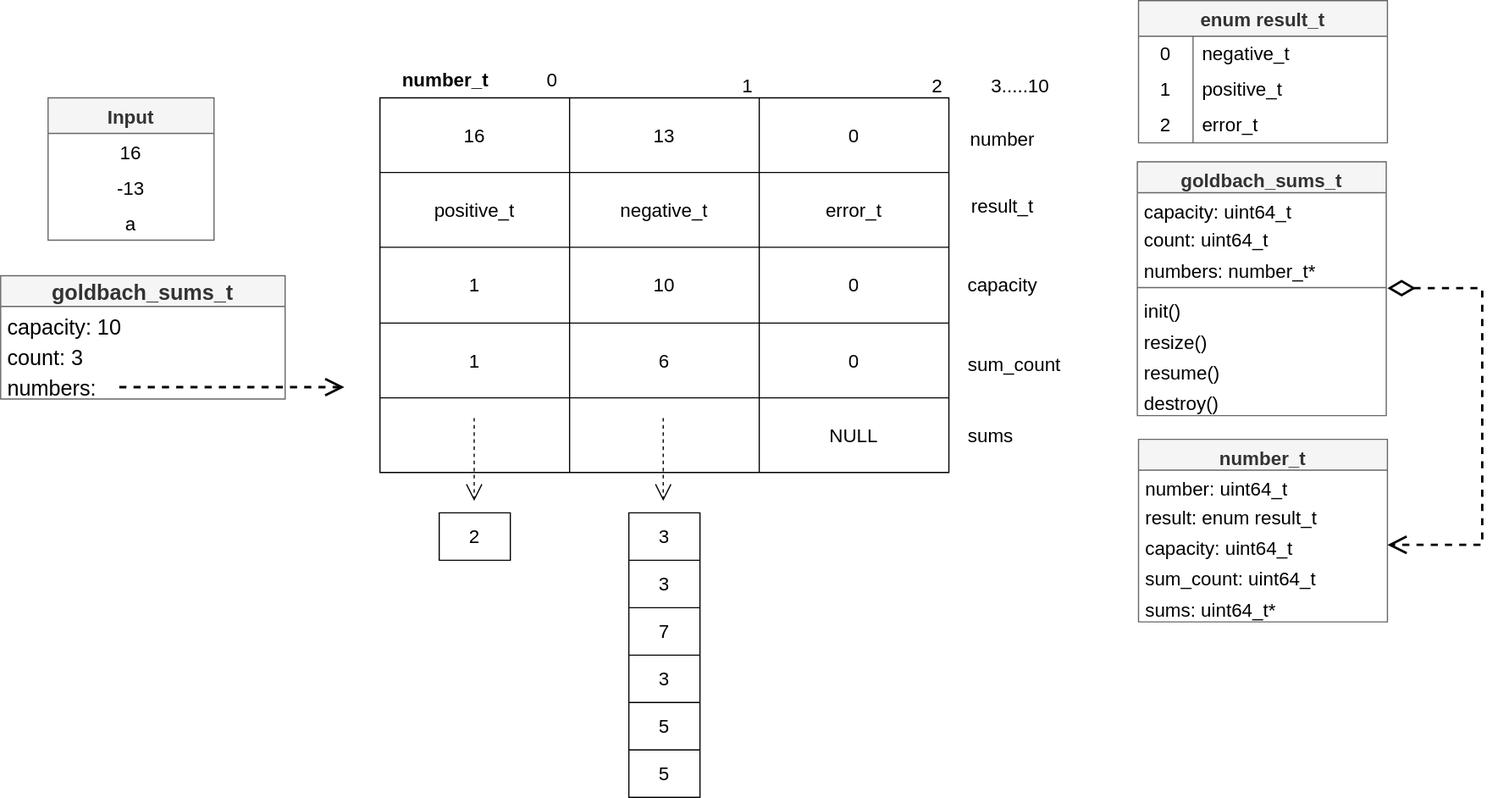
Above: homeworks/goldbach_serial/design/SVG/EstructuraDeDatos.drawio.svg in daperez03/CI-0117-Parallel-Workshops (draw.io), before the change. Source tidied: cells renumbered, new cells last; positions are measured from the earlier drawing's top-left corner, leaving out a move shared by most shapes.
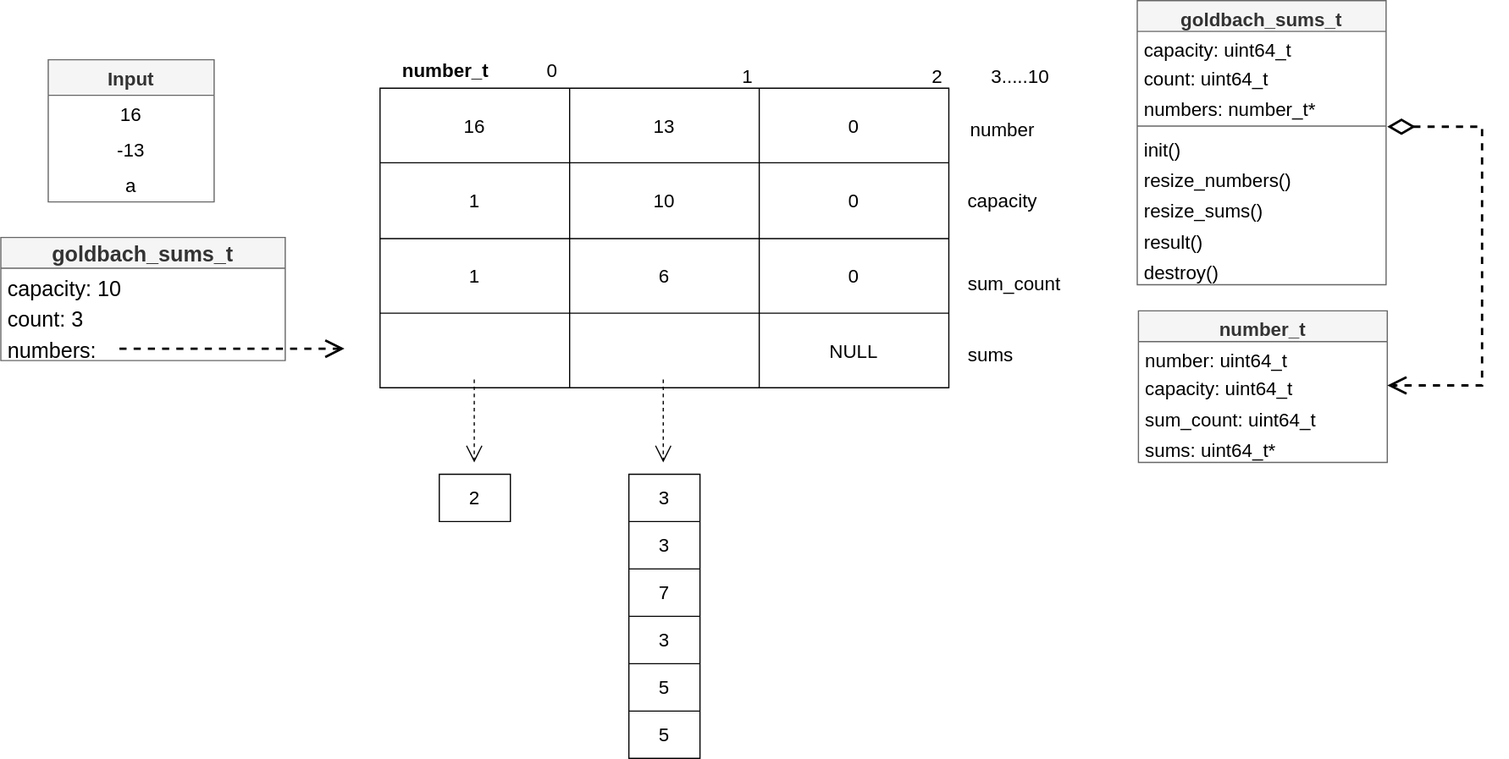
Above is the later version.

The edit, as a diff of the source:
```diff
@@ -3,7 +3,7 @@
     <mxCell id="0" />
     <mxCell id="1" parent="0" />
     <mxCell id="2" style="shape=table;html=1;whiteSpace=wrap;startSize=0;fontSize=16;" parent="1" vertex="1">
-      <mxGeometry x="320" y="82" width="480" height="316" as="geometry" />
+      <mxGeometry x="320" y="106" width="480" height="253" as="geometry" />
     </mxCell>
     <mxCell id="3" style="shape=tableRow;horizontal=0;startSize=0;swimlaneHead=0;swimlaneBody=0;top=0;left=0;bottom=0;right=0;fillColor=none;" parent="2" vertex="1">
       <mxGeometry width="480" height="63" as="geometry" />
@@ -17,20 +17,8 @@
     <mxCell id="6" value="&lt;font style=&quot;font-size: 16px;&quot;&gt;0&lt;/font&gt;" style="shape=partialRectangle;html=1;whiteSpace=wrap;fillColor=none;top=0;left=0;bottom=0;right=0;overflow=hidden;" parent="3" vertex="1">
       <mxGeometry x="320" width="160" height="63" as="geometry" />
     </mxCell>
-    <mxCell id="7" style="shape=tableRow;horizontal=0;startSize=0;swimlaneHead=0;swimlaneBody=0;top=0;left=0;bottom=0;right=0;fillColor=none;" parent="2" vertex="1">
-      <mxGeometry y="63" width="480" height="63" as="geometry" />
-    </mxCell>
-    <mxCell id="8" value="&lt;font style=&quot;font-size: 16px;&quot;&gt;positive_t&lt;/font&gt;" style="shape=partialRectangle;html=1;whiteSpace=wrap;fillColor=none;top=0;left=0;bottom=0;right=0;overflow=hidden;" parent="7" vertex="1">
-      <mxGeometry width="160" height="63" as="geometry" />
-    </mxCell>
-    <mxCell id="9" value="&lt;font style=&quot;font-size: 16px;&quot;&gt;negative_t&lt;/font&gt;" style="shape=partialRectangle;html=1;whiteSpace=wrap;fillColor=none;top=0;left=0;bottom=0;right=0;overflow=hidden;" parent="7" vertex="1">
-      <mxGeometry x="160" width="160" height="63" as="geometry" />
-    </mxCell>
-    <mxCell id="10" value="&lt;font style=&quot;font-size: 16px;&quot;&gt;error_t&lt;/font&gt;" style="shape=partialRectangle;html=1;whiteSpace=wrap;fillColor=none;top=0;left=0;bottom=0;right=0;overflow=hidden;" parent="7" vertex="1">
-      <mxGeometry x="320" width="160" height="63" as="geometry" />
-    </mxCell>
     <mxCell id="11" style="shape=tableRow;horizontal=0;startSize=0;swimlaneHead=0;swimlaneBody=0;top=0;left=0;bottom=0;right=0;fillColor=none;fontSize=16;" parent="2" vertex="1">
-      <mxGeometry y="126" width="480" height="64" as="geometry" />
+      <mxGeometry y="63" width="480" height="64" as="geometry" />
     </mxCell>
     <mxCell id="12" value="1" style="shape=partialRectangle;html=1;whiteSpace=wrap;fillColor=none;top=0;left=0;bottom=0;right=0;overflow=hidden;fontSize=16;" parent="11" vertex="1">
       <mxGeometry width="160" height="64" as="geometry" />
@@ -42,7 +30,7 @@
       <mxGeometry x="320" width="160" height="64" as="geometry" />
     </mxCell>
     <mxCell id="15" style="shape=tableRow;horizontal=0;startSize=0;swimlaneHead=0;swimlaneBody=0;top=0;left=0;bottom=0;right=0;fillColor=none;fontSize=16;" parent="2" vertex="1">
-      <mxGeometry y="190" width="480" height="63" as="geometry" />
+      <mxGeometry y="127" width="480" height="63" as="geometry" />
     </mxCell>
     <mxCell id="16" value="1" style="shape=partialRectangle;html=1;whiteSpace=wrap;fillColor=none;top=0;left=0;bottom=0;right=0;overflow=hidden;fontSize=16;" parent="15" vertex="1">
       <mxGeometry width="160" height="63" as="geometry" />
@@ -54,7 +42,7 @@
       <mxGeometry x="320" width="160" height="63" as="geometry" />
     </mxCell>
     <mxCell id="19" style="shape=tableRow;horizontal=0;startSize=0;swimlaneHead=0;swimlaneBody=0;top=0;left=0;bottom=0;right=0;fillColor=none;fontSize=16;" parent="2" vertex="1">
-      <mxGeometry y="253" width="480" height="63" as="geometry" />
+      <mxGeometry y="190" width="480" height="63" as="geometry" />
     </mxCell>
     <mxCell id="20" style="shape=partialRectangle;html=1;whiteSpace=wrap;fillColor=none;top=0;left=0;bottom=0;right=0;overflow=hidden;fontSize=16;" parent="19" vertex="1">
       <mxGeometry width="160" height="63" as="geometry" />
@@ -66,7 +54,7 @@
       <mxGeometry x="320" width="160" height="63" as="geometry" />
     </mxCell>
     <mxCell id="23" value="&lt;b style=&quot;font-size: 16px;&quot;&gt;number_t&lt;/b&gt;" style="text;html=1;align=center;verticalAlign=middle;strokeColor=none;fillColor=none;fontSize=16;" parent="1" vertex="1">
-      <mxGeometry x="320" y="52" width="110" height="30" as="geometry" />
+      <mxGeometry x="320" y="76" width="110" height="30" as="geometry" />
     </mxCell>
     <mxCell id="24" value="Input" style="swimlane;fontStyle=1;horizontal=1;startSize=30;fontSize=16;fillColor=#f5f5f5;strokeColor=#666666;fontColor=#333333;" parent="1" vertex="1">
       <mxGeometry x="40" y="82" width="140" height="120" as="geometry" />
@@ -81,7 +69,7 @@
       <mxGeometry y="90" width="140" height="30" as="geometry" />
     </mxCell>
     <mxCell id="28" value="goldbach_sums_t" style="swimlane;fontStyle=1;align=center;verticalAlign=top;horizontal=1;startSize=26;fontSize=16;fillColor=#f5f5f5;fontColor=#333333;strokeColor=#666666;" parent="1" vertex="1">
-      <mxGeometry x="959" y="136" width="210" height="214" as="geometry" />
+      <mxGeometry x="959" y="32" width="210" height="240" as="geometry" />
     </mxCell>
     <mxCell id="29" value="capacity: uint64_t" style="text;strokeColor=none;fillColor=none;align=left;verticalAlign=top;spacingLeft=4;spacingRight=4;overflow=hidden;fontSize=16;" parent="28" vertex="1">
       <mxGeometry y="26" width="210" height="24" as="geometry" />
@@ -98,38 +86,38 @@
     <mxCell id="33" value="init()" style="text;strokeColor=none;fillColor=none;align=left;verticalAlign=top;spacingLeft=4;spacingRight=4;overflow=hidden;fontSize=16;" parent="28" vertex="1">
       <mxGeometry y="110" width="210" height="26" as="geometry" />
     </mxCell>
-    <mxCell id="34" value="resize()" style="text;strokeColor=none;fillColor=none;align=left;verticalAlign=top;spacingLeft=4;spacingRight=4;overflow=hidden;fontSize=16;" parent="28" vertex="1">
+    <mxCell id="34" value="resize_numbers()" style="text;strokeColor=none;fillColor=none;align=left;verticalAlign=top;spacingLeft=4;spacingRight=4;overflow=hidden;fontSize=16;fontColor=#000000;" parent="28" vertex="1">
       <mxGeometry y="136" width="210" height="26" as="geometry" />
     </mxCell>
+    <mxCell id="86" value="resize_sums()" style="text;strokeColor=none;fillColor=none;align=left;verticalAlign=top;spacingLeft=4;spacingRight=4;overflow=hidden;fontSize=16;fontColor=#000000;" parent="28" vertex="1">
+      <mxGeometry y="162" width="210" height="26" as="geometry" />
+    </mxCell>
-    <mxCell id="35" value="resume()" style="text;strokeColor=none;fillColor=none;align=left;verticalAlign=top;spacingLeft=4;spacingRight=4;overflow=hidden;fontSize=16;" parent="28" vertex="1">
-      <mxGeometry y="162" width="210" height="26" as="geometry" />
+    <mxCell id="35" value="result()" style="text;strokeColor=none;fillColor=none;align=left;verticalAlign=top;spacingLeft=4;spacingRight=4;overflow=hidden;fontSize=16;" parent="28" vertex="1">
+      <mxGeometry y="188" width="210" height="26" as="geometry" />
     </mxCell>
     <mxCell id="36" value="destroy()" style="text;strokeColor=none;fillColor=none;align=left;verticalAlign=top;spacingLeft=4;spacingRight=4;overflow=hidden;fontSize=16;" parent="28" vertex="1">
-      <mxGeometry y="188" width="210" height="26" as="geometry" />
+      <mxGeometry y="214" width="210" height="26" as="geometry" />
     </mxCell>
     <mxCell id="37" value="sums" style="text;html=1;align=center;verticalAlign=middle;strokeColor=none;fillColor=none;fontSize=16;" parent="1" vertex="1">
-      <mxGeometry x="800" y="352" width="70" height="30" as="geometry" />
+      <mxGeometry x="800" y="316" width="70" height="30" as="geometry" />
     </mxCell>
     <mxCell id="38" value="sum_count" style="text;html=1;align=center;verticalAlign=middle;strokeColor=none;fillColor=none;fontSize=16;" parent="1" vertex="1">
-      <mxGeometry x="800" y="292" width="110" height="30" as="geometry" />
+      <mxGeometry x="800" y="256" width="110" height="30" as="geometry" />
     </mxCell>
-    <mxCell id="39" value="result_t" style="text;html=1;align=center;verticalAlign=middle;strokeColor=none;fillColor=none;fontSize=16;" parent="1" vertex="1">
-      <mxGeometry x="800" y="158" width="90" height="30" as="geometry" />
-    </mxCell>
     <mxCell id="40" value="number" style="text;html=1;align=center;verticalAlign=middle;strokeColor=none;fillColor=none;fontSize=16;" parent="1" vertex="1">
-      <mxGeometry x="800" y="102" width="90" height="30" as="geometry" />
+      <mxGeometry x="800" y="126" width="90" height="30" as="geometry" />
     </mxCell>
     <mxCell id="41" value="0" style="text;html=1;align=center;verticalAlign=middle;strokeColor=none;fillColor=none;fontSize=16;" parent="1" vertex="1">
-      <mxGeometry x="450" y="52" width="30" height="30" as="geometry" />
+      <mxGeometry x="450" y="76" width="30" height="30" as="geometry" />
     </mxCell>
     <mxCell id="42" value="1" style="text;html=1;align=center;verticalAlign=middle;strokeColor=none;fillColor=none;fontSize=16;" parent="1" vertex="1">
-      <mxGeometry x="615" y="57" width="30" height="30" as="geometry" />
+      <mxGeometry x="615" y="81" width="30" height="30" as="geometry" />
     </mxCell>
     <mxCell id="43" value="2" style="text;html=1;align=center;verticalAlign=middle;strokeColor=none;fillColor=none;fontSize=16;" parent="1" vertex="1">
-      <mxGeometry x="775" y="57" width="30" height="30" as="geometry" />
+      <mxGeometry x="775" y="81" width="30" height="30" as="geometry" />
     </mxCell>
     <mxCell id="44" value="3.....10" style="text;html=1;align=center;verticalAlign=middle;strokeColor=none;fillColor=none;fontSize=16;" parent="1" vertex="1">
-      <mxGeometry x="820" y="57" width="80" height="30" as="geometry" />
+      <mxGeometry x="820" y="81" width="80" height="30" as="geometry" />
     </mxCell>
     <mxCell id="45" style="endArrow=open;endFill=1;endSize=12;html=1;rounded=0;fontSize=16;dashed=1;" parent="1" edge="1">
       <mxGeometry relative="1" as="geometry">
@@ -212,62 +200,29 @@
       </mxGeometry>
     </mxCell>
     <mxCell id="68" value="capacity" style="text;html=1;align=center;verticalAlign=middle;strokeColor=none;fillColor=none;fontSize=16;" parent="1" vertex="1">
-      <mxGeometry x="800" y="225" width="90" height="30" as="geometry" />
+      <mxGeometry x="800" y="186" width="90" height="30" as="geometry" />
     </mxCell>
-    <mxCell id="69" value="enum result_t" style="shape=table;startSize=30;rowLines=0;fontStyle=1;fontSize=16;fillColor=#f5f5f5;fontColor=#333333;strokeColor=#666666;" parent="1" vertex="1">
-      <mxGeometry x="960" width="210" height="120" as="geometry" />
-    </mxCell>
-    <mxCell id="70" style="shape=tableRow;horizontal=0;startSize=0;swimlaneHead=0;swimlaneBody=0;top=0;left=0;bottom=0;right=0;fillColor=none;fontSize=16;" parent="69" vertex="1">
-      <mxGeometry y="30" width="210" height="30" as="geometry" />
-    </mxCell>
-    <mxCell id="71" value="0" style="shape=partialRectangle;html=1;whiteSpace=wrap;fillColor=none;top=0;left=0;bottom=0;right=0;overflow=hidden;fontSize=16;" parent="70" vertex="1">
-      <mxGeometry width="46" height="30" as="geometry" />
-    </mxCell>
-    <mxCell id="72" value="negative_t" style="shape=partialRectangle;html=1;whiteSpace=wrap;fillColor=none;top=0;left=0;bottom=0;right=0;align=left;spacingLeft=6;overflow=hidden;fontSize=16;" parent="70" vertex="1">
-      <mxGeometry x="46" width="164" height="30" as="geometry" />
-    </mxCell>
-    <mxCell id="73" style="shape=tableRow;horizontal=0;startSize=0;swimlaneHead=0;swimlaneBody=0;top=0;left=0;bottom=0;right=0;fillColor=none;fontSize=16;" parent="69" vertex="1">
-      <mxGeometry y="60" width="210" height="30" as="geometry" />
-    </mxCell>
-    <mxCell id="74" value="1" style="shape=partialRectangle;html=1;whiteSpace=wrap;fillColor=none;top=0;left=0;bottom=0;right=0;overflow=hidden;fontSize=16;" parent="73" vertex="1">
-      <mxGeometry width="46" height="30" as="geometry" />
-    </mxCell>
-    <mxCell id="75" value="positive_t" style="shape=partialRectangle;html=1;whiteSpace=wrap;fillColor=none;top=0;left=0;bottom=0;right=0;align=left;spacingLeft=6;overflow=hidden;fontSize=16;" parent="73" vertex="1">
-      <mxGeometry x="46" width="164" height="30" as="geometry" />
-    </mxCell>
-    <mxCell id="76" style="shape=tableRow;horizontal=0;startSize=0;swimlaneHead=0;swimlaneBody=0;top=0;left=0;bottom=0;right=0;fillColor=none;fontSize=16;" parent="69" vertex="1">
-      <mxGeometry y="90" width="210" height="30" as="geometry" />
-    </mxCell>
-    <mxCell id="77" value="2" style="shape=partialRectangle;html=1;whiteSpace=wrap;fillColor=none;top=0;left=0;bottom=0;right=0;overflow=hidden;fontSize=16;" parent="76" vertex="1">
-      <mxGeometry width="46" height="30" as="geometry" />
-    </mxCell>
-    <mxCell id="78" value="error_t" style="shape=partialRectangle;html=1;whiteSpace=wrap;fillColor=none;top=0;left=0;bottom=0;right=0;align=left;spacingLeft=6;overflow=hidden;fontSize=16;" parent="76" vertex="1">
-      <mxGeometry x="46" width="164" height="30" as="geometry" />
-    </mxCell>
     <mxCell id="79" value="number_t" style="swimlane;fontStyle=1;align=center;verticalAlign=top;horizontal=1;startSize=26;fontSize=16;fillColor=#f5f5f5;fontColor=#333333;strokeColor=#666666;" parent="1" vertex="1">
-      <mxGeometry x="960" y="370" width="210" height="154" as="geometry" />
+      <mxGeometry x="960" y="294" width="210" height="128" as="geometry" />
     </mxCell>
     <mxCell id="80" value="number: uint64_t" style="text;strokeColor=none;fillColor=none;align=left;verticalAlign=top;spacingLeft=4;spacingRight=4;overflow=hidden;fontSize=16;" parent="79" vertex="1">
       <mxGeometry y="26" width="210" height="24" as="geometry" />
     </mxCell>
-    <mxCell id="81" value="result: enum result_t" style="text;strokeColor=none;fillColor=none;align=left;verticalAlign=top;spacingLeft=4;spacingRight=4;overflow=hidden;fontSize=16;" parent="79" vertex="1">
-      <mxGeometry y="50" width="210" height="26" as="geometry" />
-    </mxCell>
     <mxCell id="82" value="capacity: uint64_t" style="text;strokeColor=none;fillColor=none;align=left;verticalAlign=top;spacingLeft=4;spacingRight=4;overflow=hidden;points=[[0,0.5],[1,0.5]];portConstraint=eastwest;fontSize=16;" parent="79" vertex="1">
-      <mxGeometry y="76" width="210" height="26" as="geometry" />
+      <mxGeometry y="50" width="210" height="26" as="geometry" />
     </mxCell>
     <mxCell id="83" value="sum_count: uint64_t" style="text;strokeColor=none;fillColor=none;align=left;verticalAlign=top;spacingLeft=4;spacingRight=4;overflow=hidden;fontSize=16;fontStyle=0;" parent="79" vertex="1">
-      <mxGeometry y="102" width="210" height="26" as="geometry" />
+      <mxGeometry y="76" width="210" height="26" as="geometry" />
     </mxCell>
     <mxCell id="84" value="sums: uint64_t*" style="text;strokeColor=none;fillColor=none;align=left;verticalAlign=top;spacingLeft=4;spacingRight=4;overflow=hidden;fontSize=16;fontStyle=0;" parent="79" vertex="1">
-      <mxGeometry y="128" width="210" height="26" as="geometry" />
+      <mxGeometry y="102" width="210" height="26" as="geometry" />
     </mxCell>
     <mxCell id="85" style="endArrow=open;html=1;endSize=12;startArrow=diamondThin;startSize=18;startFill=0;edgeStyle=orthogonalEdgeStyle;align=left;verticalAlign=bottom;rounded=0;dashed=1;strokeWidth=2;fontSize=16;entryX=1;entryY=0.5;entryDx=0;entryDy=0;" parent="1" edge="1" target="82">
       <mxGeometry x="-1" y="3" relative="1" as="geometry">
-        <mxPoint x="1170" y="242.5" as="sourcePoint" />
+        <mxPoint x="1170" y="138.5" as="sourcePoint" />
         <Array as="points">
-          <mxPoint x="1250" y="243" />
-          <mxPoint x="1250" y="459" />
+          <mxPoint x="1250" y="139" />
+          <mxPoint x="1250" y="357" />
         </Array>
       </mxGeometry>
     </mxCell>
```
